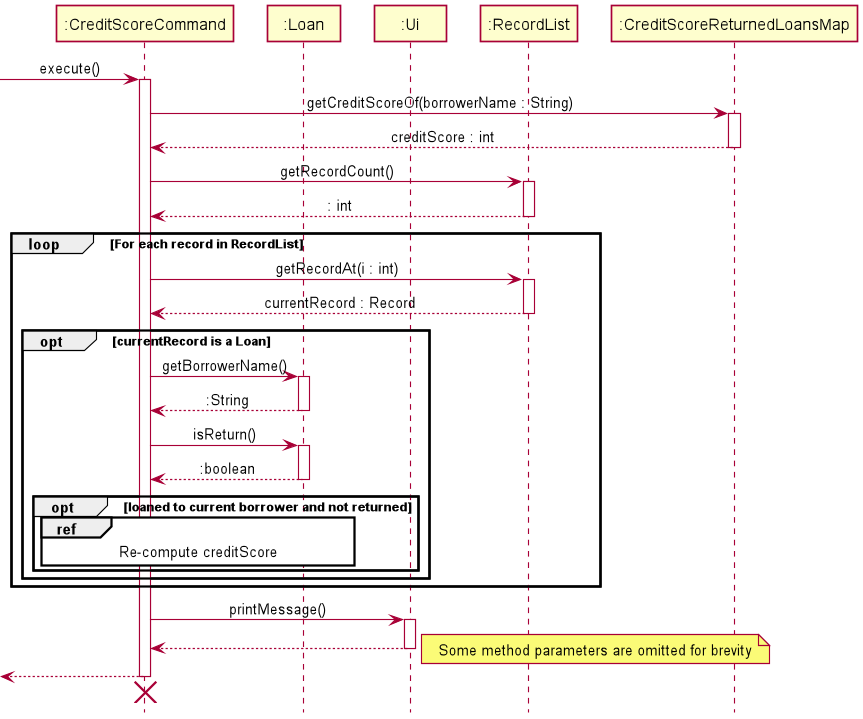
The PlantUML diagram docs/img/CreditScoreFeatureSequenceDiagram.png in nus-cs2113-AY2021S2/tp, before a commit.
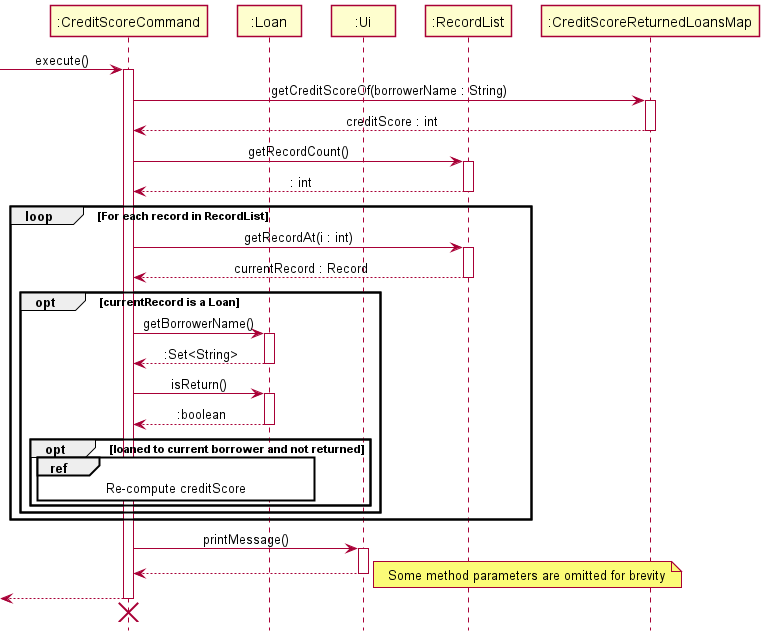
After the commit.

The edit, as a diff of the source:
```diff
@@ -27,7 +27,7 @@
     opt currentRecord is a Loan
         CreditScoreCommand -> Loan : getBorrowerName()
         activate Loan
-        Loan --> CreditScoreCommand : :String
+        Loan --> CreditScoreCommand : :Set<String>
         deactivate Loan
         CreditScoreCommand -> Loan : isReturn()
         activate Loan
```
